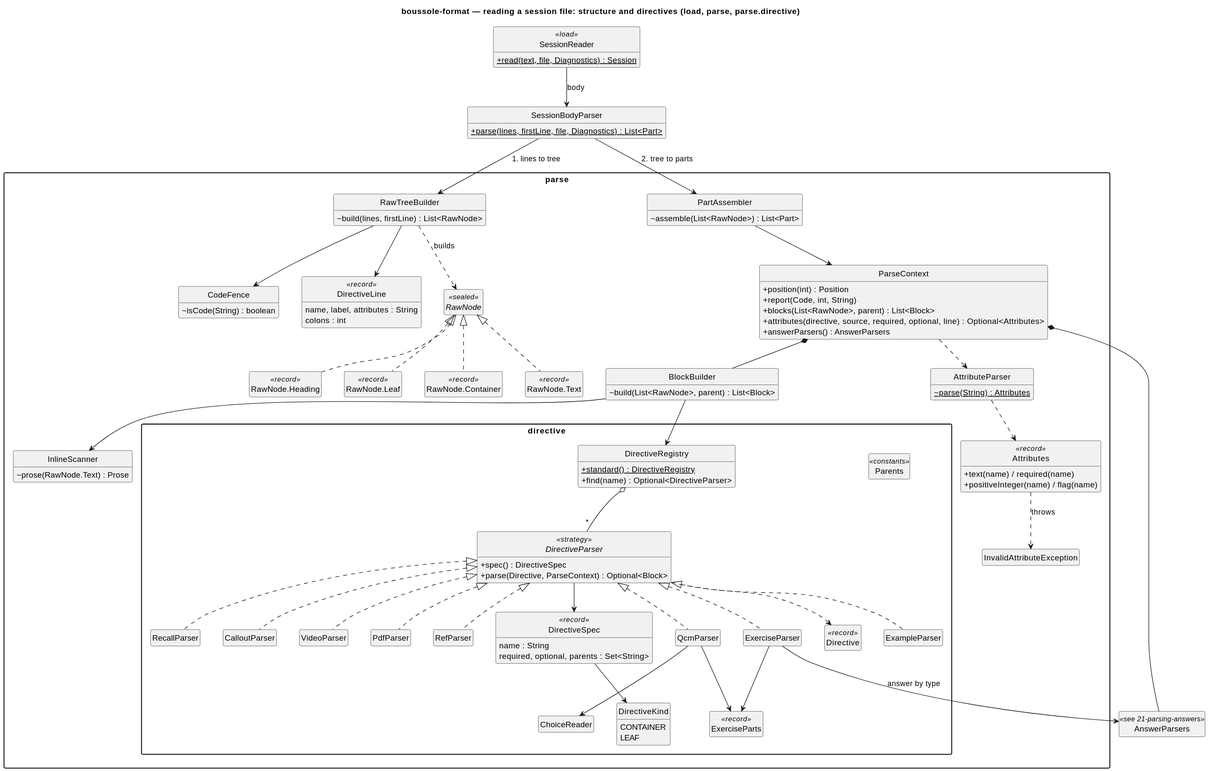
Above: docs/diagrams/20-parsing-structure.svg in lucasssoh/Boussole (PlantUML), before the change.
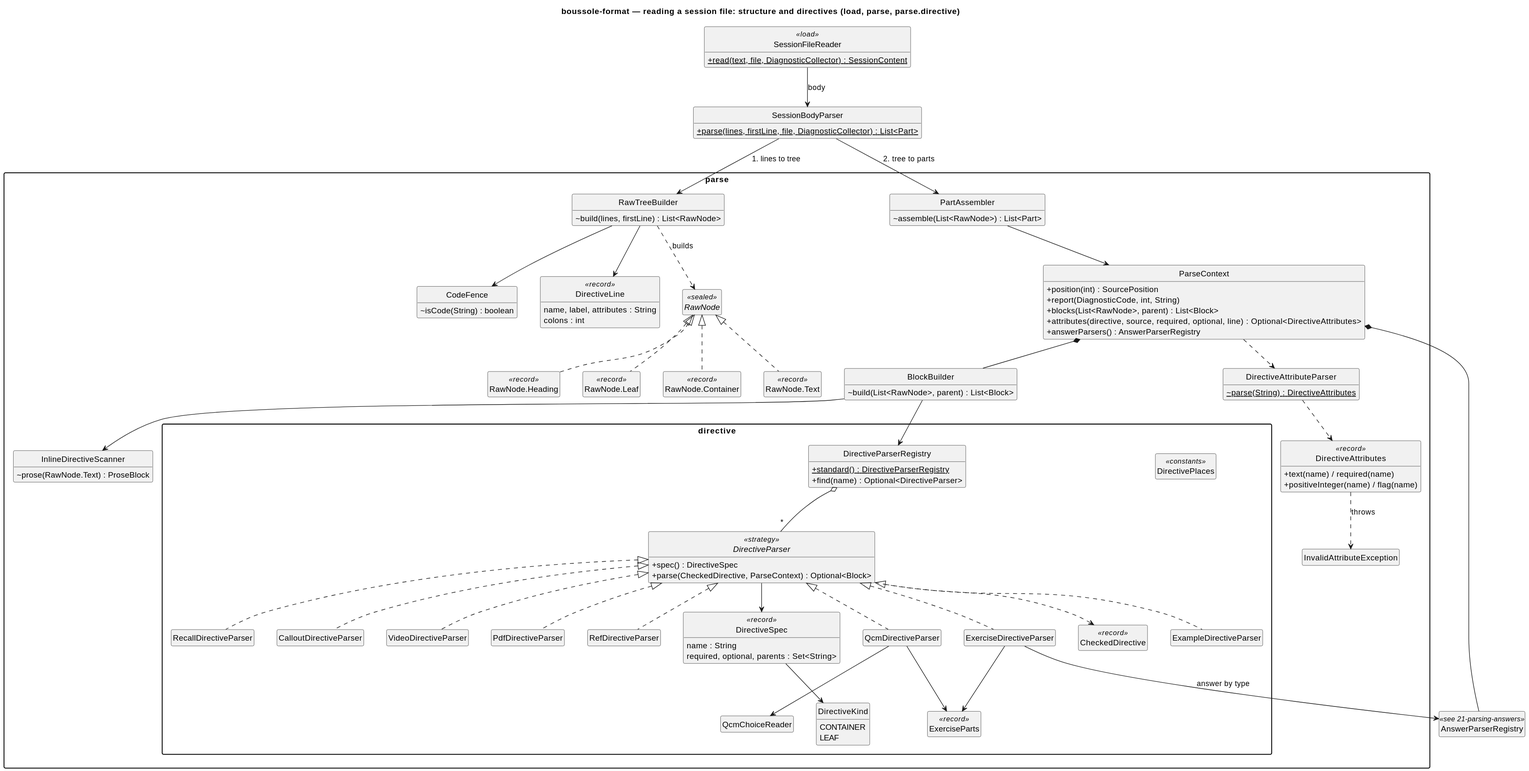
The same diagram one commit later.

The edit, as a diff of the source:
```diff
@@ -7,20 +7,20 @@
 hide circle
 title boussole-format — reading a session file: structure and directives (load, parse, parse.directive)
 
-class SessionReader <<load>> {
-  +{static} read(text, file, Diagnostics) : Session
+class SessionFileReader <<load>> {
+  +{static} read(text, file, DiagnosticCollector) : SessionContent
 }
 class SessionBodyParser {
-  +{static} parse(lines, firstLine, file, Diagnostics) : List<Part>
+  +{static} parse(lines, firstLine, file, DiagnosticCollector) : List<Part>
 }
 
 package "parse" {
   class ParseContext {
-    +position(int) : Position
-    +report(Code, int, String)
+    +position(int) : SourcePosition
+    +report(DiagnosticCode, int, String)
     +blocks(List<RawNode>, parent) : List<Block>
-    +attributes(directive, source, required, optional, line) : Optional<Attributes>
-    +answerParsers() : AnswerParsers
+    +attributes(directive, source, required, optional, line) : Optional<DirectiveAttributes>
+    +answerParsers() : AnswerParserRegistry
   }
   class RawTreeBuilder {
     ~build(lines, firstLine) : List<RawNode>
@@ -43,13 +43,13 @@
   class BlockBuilder {
     ~build(List<RawNode>, parent) : List<Block>
   }
-  class InlineScanner {
-    ~prose(RawNode.Text) : Prose
+  class InlineDirectiveScanner {
+    ~prose(RawNode.Text) : ProseBlock
   }
-  class AttributeParser {
-    ~{static} parse(String) : Attributes
+  class DirectiveAttributeParser {
+    ~{static} parse(String) : DirectiveAttributes
   }
-  class Attributes <<record>> {
+  class DirectiveAttributes <<record>> {
     +text(name) / required(name)
     +positiveInteger(name) / flag(name)
   }
@@ -57,13 +57,13 @@
 }
 
 package "parse.directive" {
-  class DirectiveRegistry {
-    +{static} standard() : DirectiveRegistry
+  class DirectiveParserRegistry {
+    +{static} standard() : DirectiveParserRegistry
     +find(name) : Optional<DirectiveParser>
   }
   interface DirectiveParser <<strategy>> {
     +spec() : DirectiveSpec
-    +parse(Directive, ParseContext) : Optional<Block>
+    +parse(CheckedDirective, ParseContext) : Optional<Block>
   }
   class DirectiveSpec <<record>> {
     name : String
@@ -73,23 +73,23 @@
     CONTAINER
     LEAF
   }
-  class Directive <<record>>
-  class Parents <<constants>>
-  class ExampleParser
-  class RecallParser
-  class CalloutParser
-  class VideoParser
-  class PdfParser
-  class RefParser
-  class ExerciseParser
-  class QcmParser
+  class CheckedDirective <<record>>
+  class DirectivePlaces <<constants>>
+  class ExampleDirectiveParser
+  class RecallDirectiveParser
+  class CalloutDirectiveParser
+  class VideoDirectiveParser
+  class PdfDirectiveParser
+  class RefDirectiveParser
+  class ExerciseDirectiveParser
+  class QcmDirectiveParser
   class ExerciseParts <<record>>
-  class ChoiceReader
+  class QcmChoiceReader
 }
 
-class AnswerParsers <<see 21-parsing-answers>>
+class AnswerParserRegistry <<see 21-parsing-answers>>
 
-SessionReader --> SessionBodyParser : body
+SessionFileReader --> SessionBodyParser : body
 SessionBodyParser --> RawTreeBuilder : 1. lines to tree
 SessionBodyParser --> PartAssembler : 2. tree to parts
 RawTreeBuilder --> CodeFence
@@ -101,27 +101,27 @@
 RawNode <|.. RContainer
 PartAssembler --> ParseContext
 ParseContext *-- BlockBuilder
-ParseContext *-- AnswerParsers
-BlockBuilder --> DirectiveRegistry
-BlockBuilder --> InlineScanner
-ParseContext ..> AttributeParser
-AttributeParser ..> Attributes
-Attributes ..> InvalidAttributeException : throws
+ParseContext *-- AnswerParserRegistry
+BlockBuilder --> DirectiveParserRegistry
+BlockBuilder --> InlineDirectiveScanner
+ParseContext ..> DirectiveAttributeParser
+DirectiveAttributeParser ..> DirectiveAttributes
+DirectiveAttributes ..> InvalidAttributeException : throws
 
-DirectiveRegistry o-- "*" DirectiveParser
+DirectiveParserRegistry o-- "*" DirectiveParser
 DirectiveParser --> DirectiveSpec
 DirectiveSpec --> DirectiveKind
-DirectiveParser ..> Directive
-DirectiveParser <|.. ExampleParser
-DirectiveParser <|.. RecallParser
-DirectiveParser <|.. CalloutParser
-DirectiveParser <|.. VideoParser
-DirectiveParser <|.. PdfParser
-DirectiveParser <|.. RefParser
-DirectiveParser <|.. ExerciseParser
-DirectiveParser <|.. QcmParser
-ExerciseParser --> ExerciseParts
-QcmParser --> ExerciseParts
-QcmParser --> ChoiceReader
-ExerciseParser --> AnswerParsers : answer by type
+DirectiveParser ..> CheckedDirective
+DirectiveParser <|.. ExampleDirectiveParser
+DirectiveParser <|.. RecallDirectiveParser
+DirectiveParser <|.. CalloutDirectiveParser
+DirectiveParser <|.. VideoDirectiveParser
+DirectiveParser <|.. PdfDirectiveParser
+DirectiveParser <|.. RefDirectiveParser
+DirectiveParser <|.. ExerciseDirectiveParser
+DirectiveParser <|.. QcmDirectiveParser
+ExerciseDirectiveParser --> ExerciseParts
+QcmDirectiveParser --> ExerciseParts
+QcmDirectiveParser --> QcmChoiceReader
+ExerciseDirectiveParser --> AnswerParserRegistry : answer by type
 @enduml
```
